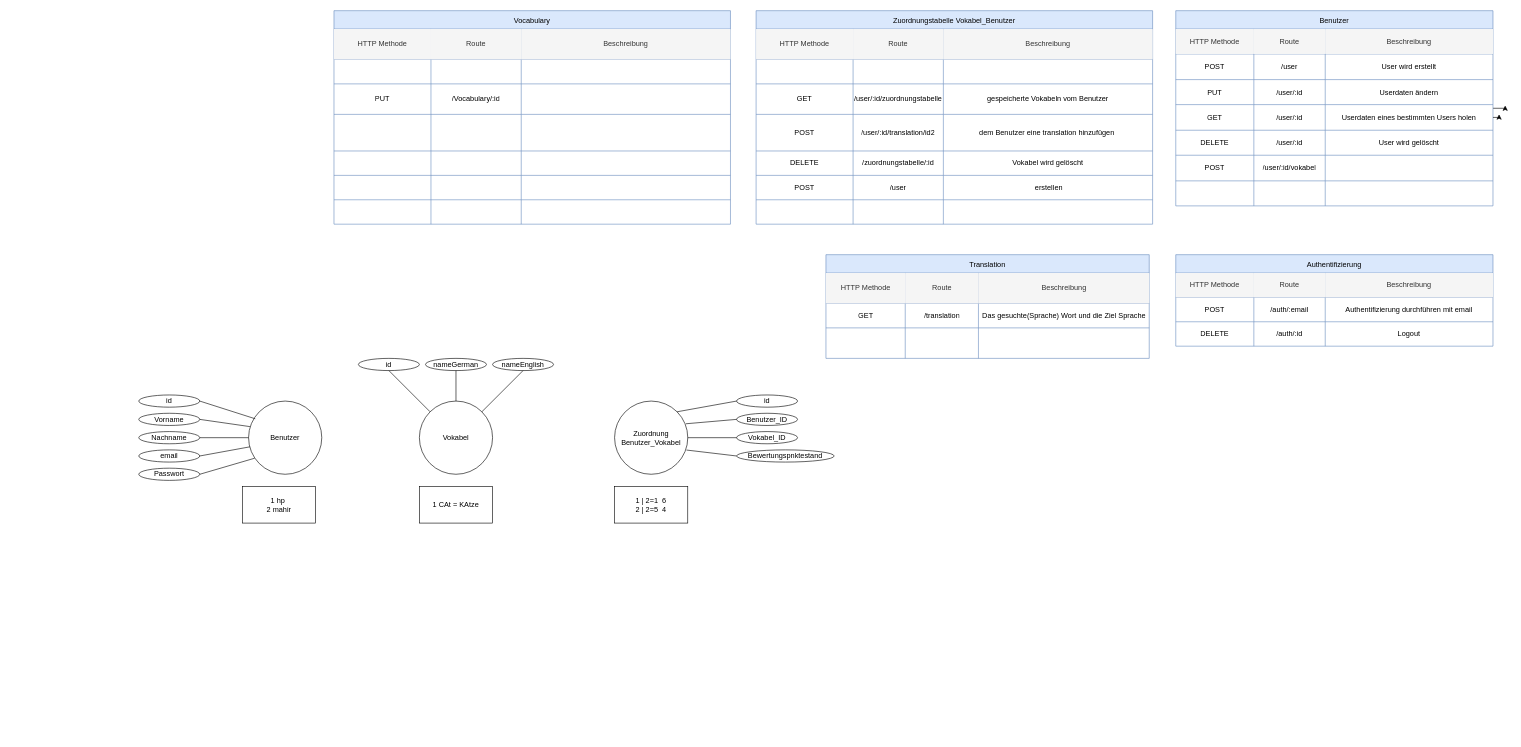
This is Untitled Diagram.drawio from DanGo79/vocaV2, a draw.io file, before an edit. Source tidied: cells renumbered, new cells numbered last; positions are measured from the earlier drawing's top-left corner, leaving out a move shared by most shapes. Both pictures are drawn from the tidied source at 61%, with x=0, y=0 at pixel (138, 10).
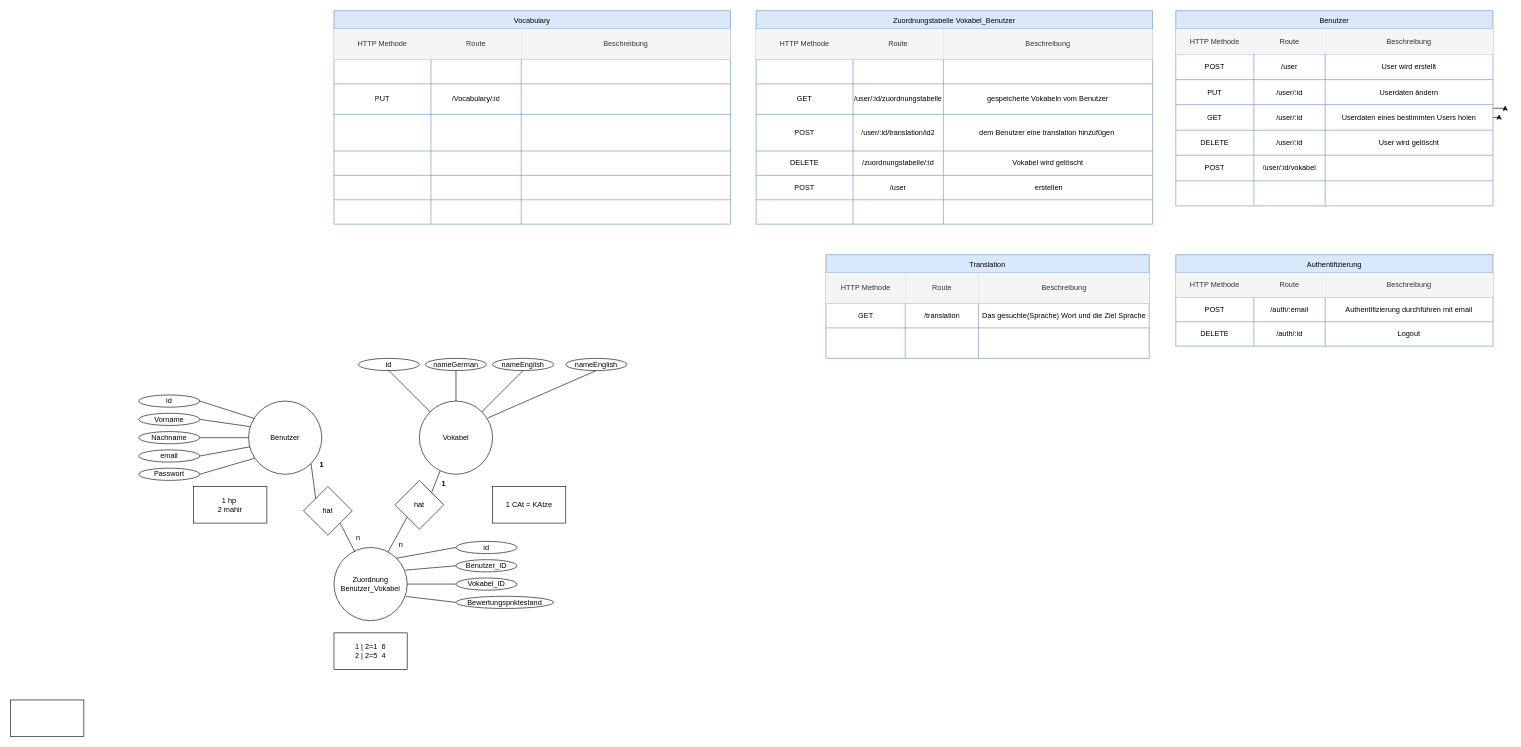
After the change.

Unchanged cells that the change refers to:
```xml
<mxCell id="122" value="Benutzer" style="ellipse;whiteSpace=wrap;html=1;" parent="1" vertex="1">
  <mxGeometry x="180" y="640" width="120" height="120" as="geometry" />
</mxCell>
<mxCell id="128" value="Vokabel" style="ellipse;whiteSpace=wrap;html=1;" parent="1" vertex="1">
  <mxGeometry x="460" y="640" width="120" height="120" as="geometry" />
</mxCell>
```

Change to the diagram source:
```diff
@@
     <mxCell id="129" value="Zuordnung&lt;br&gt;Benutzer_Vokabel&lt;br&gt;" style="ellipse;whiteSpace=wrap;html=1;" parent="1" vertex="1">
-      <mxGeometry x="780" y="640" width="120" height="120" as="geometry" />
+      <mxGeometry x="320" y="880" width="120" height="120" as="geometry" />
     </mxCell>
@@
     <mxCell id="136" value="Benutzer_ID" style="ellipse;whiteSpace=wrap;html=1;" parent="1" vertex="1">
-      <mxGeometry x="980" y="660" width="100" height="20" as="geometry" />
+      <mxGeometry x="520" y="900" width="100" height="20" as="geometry" />
     </mxCell>
     <mxCell id="137" value="Vokabel_ID" style="ellipse;whiteSpace=wrap;html=1;" parent="1" vertex="1">
-      <mxGeometry x="980" y="690" width="100" height="20" as="geometry" />
+      <mxGeometry x="520" y="930" width="100" height="20" as="geometry" />
     </mxCell>
     <mxCell id="138" value="Bewertungspnktestand&lt;br&gt;" style="ellipse;whiteSpace=wrap;html=1;" parent="1" vertex="1">
-      <mxGeometry x="980" y="720" width="160" height="20" as="geometry" />
+      <mxGeometry x="520" y="960" width="160" height="20" as="geometry" />
     </mxCell>
     <mxCell id="139" value="id" style="ellipse;whiteSpace=wrap;html=1;" parent="1" vertex="1">
-      <mxGeometry x="980" y="630" width="100" height="20" as="geometry" />
+      <mxGeometry x="520" y="870" width="100" height="20" as="geometry" />
     </mxCell>
@@
     <mxCell id="144" value="1 CAt = KAtze" style="rounded=0;whiteSpace=wrap;html=1;" parent="1" vertex="1">
-      <mxGeometry x="460" y="780" width="120" height="60" as="geometry" />
+      <mxGeometry x="580" y="780" width="120" height="60" as="geometry" />
     </mxCell>
     <mxCell id="145" value="1 hp&amp;nbsp;&lt;br&gt;2 mahir" style="rounded=0;whiteSpace=wrap;html=1;" parent="1" vertex="1">
-      <mxGeometry x="170" y="780" width="120" height="60" as="geometry" />
+      <mxGeometry x="90" y="780" width="120" height="60" as="geometry" />
     </mxCell>
     <mxCell id="146" value="1 | 2=1&amp;nbsp; 6&lt;br&gt;2 | 2=5&amp;nbsp; 4" style="rounded=0;whiteSpace=wrap;html=1;" parent="1" vertex="1">
-      <mxGeometry x="780" y="780" width="120" height="60" as="geometry" />
+      <mxGeometry x="320" y="1020" width="120" height="60" as="geometry" />
     </mxCell>
+    <mxCell id="147" value="1" style="text;html=1;strokeColor=none;fillColor=none;align=center;verticalAlign=middle;whiteSpace=wrap;rounded=0;fontStyle=1;" parent="1" vertex="1">
+      <mxGeometry x="270" y="730" width="60" height="30" as="geometry" />
+    </mxCell>
+    <mxCell id="148" style="rounded=0;whiteSpace=wrap;html=1;" parent="1" vertex="1">
+      <mxGeometry x="-210" y="1130" width="120" height="60" as="geometry" />
+    </mxCell>
+    <mxCell id="149" style="endArrow=none;html=1;rounded=0;exitX=1;exitY=1;exitDx=0;exitDy=0;entryX=0.289;entryY=0.065;entryDx=0;entryDy=0;entryPerimeter=0;startArrow=none;" parent="1" edge="1" source="150" target="129">
+      <mxGeometry relative="1" as="geometry" />
+    </mxCell>
+    <mxCell id="150" value="hat" style="rhombus;whiteSpace=wrap;html=1;" parent="1" vertex="1">
+      <mxGeometry x="270" y="780" width="80" height="80" as="geometry" />
+    </mxCell>
+    <mxCell id="151" style="endArrow=none;html=1;rounded=0;exitX=1;exitY=1;exitDx=0;exitDy=0;entryX=0;entryY=0;entryDx=0;entryDy=0;" parent="1" edge="1" source="122" target="150">
+      <mxGeometry relative="1" as="geometry" />
+    </mxCell>
+    <mxCell id="152" value="hat" style="rhombus;whiteSpace=wrap;html=1;" parent="1" vertex="1">
+      <mxGeometry x="420" y="770" width="80" height="80" as="geometry" />
+    </mxCell>
+    <mxCell id="153" style="endArrow=none;html=1;rounded=0;entryX=0;entryY=1;entryDx=0;entryDy=0;" parent="1" edge="1" source="129" target="152">
+      <mxGeometry relative="1" as="geometry" />
+    </mxCell>
+    <mxCell id="154" style="endArrow=none;html=1;rounded=0;entryX=1;entryY=0;entryDx=0;entryDy=0;exitX=0.284;exitY=0.951;exitDx=0;exitDy=0;exitPerimeter=0;" parent="1" edge="1" source="128" target="152">
+      <mxGeometry relative="1" as="geometry" />
+    </mxCell>
+    <mxCell id="155" value="n" style="text;html=1;strokeColor=none;fillColor=none;align=center;verticalAlign=middle;whiteSpace=wrap;rounded=0;" parent="1" vertex="1">
+      <mxGeometry x="330" y="850" width="60" height="30" as="geometry" />
+    </mxCell>
+    <mxCell id="156" value="1" style="text;html=1;strokeColor=none;fillColor=none;align=center;verticalAlign=middle;whiteSpace=wrap;rounded=0;fontStyle=1;" parent="1" vertex="1">
+      <mxGeometry x="470" y="760" width="60" height="30" as="geometry" />
+    </mxCell>
+    <mxCell id="157" value="n" style="text;html=1;strokeColor=none;fillColor=none;align=center;verticalAlign=middle;whiteSpace=wrap;rounded=0;" parent="1" vertex="1">
+      <mxGeometry x="400" y="860" width="60" height="30" as="geometry" />
+    </mxCell>
+    <mxCell id="158" value="nameEnglish" style="ellipse;whiteSpace=wrap;html=1;" parent="1" vertex="1">
+      <mxGeometry x="700" y="570" width="100" height="20" as="geometry" />
+    </mxCell>
+    <mxCell id="159" style="endArrow=none;html=1;rounded=0;exitX=0.5;exitY=1;exitDx=0;exitDy=0;entryX=1;entryY=0;entryDx=0;entryDy=0;" parent="1" edge="1" source="158">
+      <mxGeometry relative="1" as="geometry">
+        <mxPoint x="572.4" y="667.6" as="targetPoint" />
+      </mxGeometry>
+    </mxCell>
```
